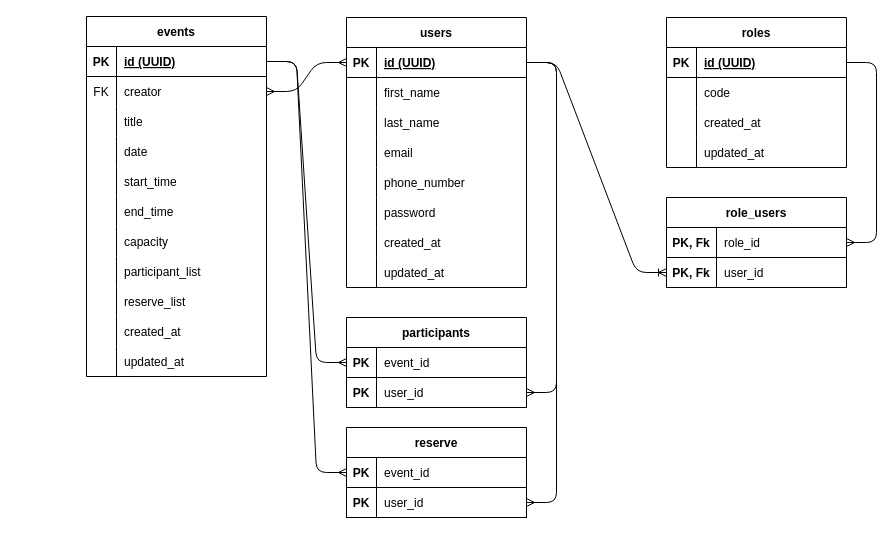
Grendior/PerfectApi keeps this draw.io diagram as database.schema.dio. Above is the earlier version. Source tidied: cells renumbered, new cells numbered last; positions are measured from the earlier drawing's top-left corner, leaving out a move shared by most shapes. Both pictures are drawn from the tidied source at 100%, with x=0, y=0 at pixel (86, 16).
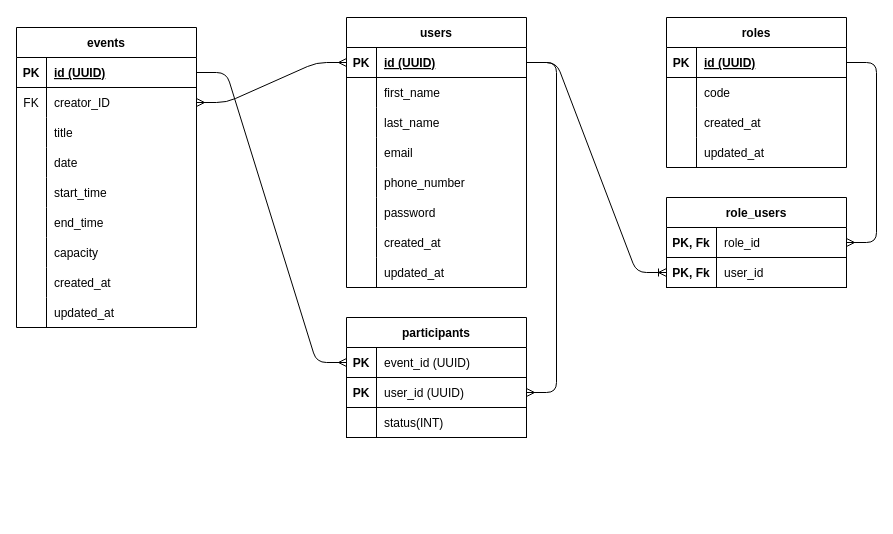
Above is the later version.

The change refers to these unchanged cells:
```xml
<mxCell id="3" style="shape=tableRow;horizontal=0;startSize=0;swimlaneHead=0;swimlaneBody=0;fillColor=none;points=[[0,0.5],[1,0.5]];portConstraint=eastwest;top=0;left=0;right=0;bottom=1;" parent="2" vertex="1">
  <mxGeometry y="30" width="180" height="30" as="geometry" />
</mxCell>
<mxCell id="41" style="shape=tableRow;horizontal=0;startSize=0;swimlaneHead=0;swimlaneBody=0;fillColor=none;points=[[0,0.5],[1,0.5]];portConstraint=eastwest;top=0;left=0;right=0;bottom=1;" parent="40" vertex="1">
  <mxGeometry y="30" width="180" height="30" as="geometry" />
</mxCell>
<mxCell id="44" style="shape=tableRow;horizontal=0;startSize=0;swimlaneHead=0;swimlaneBody=0;fillColor=none;points=[[0,0.5],[1,0.5]];portConstraint=eastwest;top=0;left=0;right=0;bottom=0;" parent="40" vertex="1">
  <mxGeometry y="60" width="180" height="30" as="geometry" />
</mxCell>
<mxCell id="85" style="shape=tableRow;horizontal=0;startSize=0;swimlaneHead=0;swimlaneBody=0;fillColor=none;points=[[0,0.5],[1,0.5]];portConstraint=eastwest;top=0;left=0;right=0;bottom=1;" parent="84" vertex="1">
  <mxGeometry y="30" width="180" height="30" as="geometry" />
</mxCell>
<mxCell id="88" style="shape=tableRow;horizontal=0;startSize=0;swimlaneHead=0;swimlaneBody=0;fillColor=none;points=[[0,0.5],[1,0.5]];portConstraint=eastwest;top=0;left=0;right=0;bottom=1;" parent="84" vertex="1">
  <mxGeometry y="60" width="180" height="30" as="geometry" />
</mxCell>
```

The edit, as a diff of the source:
```diff
@@
     <mxCell id="40" value="events" style="shape=table;startSize=30;childLayout=tableLayout;rowLines=0;fontStyle=1;align=center;" parent="1" vertex="1">
-      <mxGeometry width="180" height="360" as="geometry" />
+      <mxGeometry x="-70" y="11" width="180" height="300" as="geometry" />
     </mxCell>
@@
-    <mxCell id="46" value="creator" style="shape=partialRectangle;fillColor=none;top=0;left=0;bottom=0;right=0;align=left;spacingLeft=6;overflow=hidden;" parent="44" vertex="1">
+    <mxCell id="46" value="creator_ID" style="shape=partialRectangle;fillColor=none;top=0;left=0;bottom=0;right=0;align=left;spacingLeft=6;overflow=hidden;" parent="44" vertex="1">
       <mxGeometry x="30" width="150" height="30" as="geometry" />
     </mxCell>
@@
-    <mxCell id="62" style="shape=tableRow;horizontal=0;startSize=0;swimlaneHead=0;swimlaneBody=0;fillColor=none;top=0;left=0;right=0;bottom=0;" parent="40" vertex="1">
-      <mxGeometry y="240" width="180" height="30" as="geometry" />
-    </mxCell>
-    <mxCell id="63" style="shape=partialRectangle;fillColor=none;top=0;left=0;bottom=0;right=0;overflow=hidden;" parent="62" vertex="1">
-      <mxGeometry width="30" height="30" as="geometry" />
-    </mxCell>
-    <mxCell id="64" value="participant_list" style="shape=partialRectangle;fillColor=none;top=0;left=0;bottom=0;right=0;align=left;spacingLeft=6;overflow=hidden;" parent="62" vertex="1">
-      <mxGeometry x="30" width="150" height="30" as="geometry" />
-    </mxCell>
-    <mxCell id="65" style="shape=tableRow;horizontal=0;startSize=0;swimlaneHead=0;swimlaneBody=0;fillColor=none;top=0;left=0;right=0;bottom=0;" parent="40" vertex="1">
-      <mxGeometry y="270" width="180" height="30" as="geometry" />
-    </mxCell>
-    <mxCell id="66" style="shape=partialRectangle;fillColor=none;top=0;left=0;bottom=0;right=0;overflow=hidden;" parent="65" vertex="1">
-      <mxGeometry width="30" height="30" as="geometry" />
-    </mxCell>
-    <mxCell id="67" value="reserve_list" style="shape=partialRectangle;fillColor=none;top=0;left=0;bottom=0;right=0;align=left;spacingLeft=6;overflow=hidden;" parent="65" vertex="1">
-      <mxGeometry x="30" width="150" height="30" as="geometry" />
-    </mxCell>
     <mxCell id="68" style="shape=tableRow;horizontal=0;startSize=0;swimlaneHead=0;swimlaneBody=0;fillColor=none;top=0;left=0;right=0;bottom=0;" parent="40" vertex="1">
-      <mxGeometry y="300" width="180" height="30" as="geometry" />
+      <mxGeometry y="240" width="180" height="30" as="geometry" />
     </mxCell>
@@
     <mxCell id="71" style="shape=tableRow;horizontal=0;startSize=0;swimlaneHead=0;swimlaneBody=0;fillColor=none;top=0;left=0;right=0;bottom=0;" parent="40" vertex="1">
-      <mxGeometry y="330" width="180" height="30" as="geometry" />
+      <mxGeometry y="270" width="180" height="30" as="geometry" />
     </mxCell>
@@
     <mxCell id="84" value="participants" style="shape=table;startSize=30;childLayout=tableLayout;rowLines=0;fontStyle=1;align=center;" parent="1" vertex="1">
-      <mxGeometry x="260" y="301" width="180" height="90" as="geometry" />
+      <mxGeometry x="260" y="301" width="180" height="120" as="geometry" />
     </mxCell>
@@
-    <mxCell id="87" value="event_id" style="shape=partialRectangle;fillColor=none;top=0;left=0;bottom=0;right=0;align=left;spacingLeft=6;fontStyle=0;overflow=hidden;" parent="85" vertex="1">
+    <mxCell id="87" value="event_id (UUID)" style="shape=partialRectangle;fillColor=none;top=0;left=0;bottom=0;right=0;align=left;spacingLeft=6;fontStyle=0;overflow=hidden;" parent="85" vertex="1">
       <mxGeometry x="30" width="150" height="30" as="geometry" />
     </mxCell>
@@
-    <mxCell id="90" value="user_id" style="shape=partialRectangle;fillColor=none;top=0;left=0;bottom=0;right=0;align=left;spacingLeft=6;fontStyle=0;overflow=hidden;" parent="88" vertex="1">
+    <mxCell id="90" value="user_id (UUID)" style="shape=partialRectangle;fillColor=none;top=0;left=0;bottom=0;right=0;align=left;spacingLeft=6;fontStyle=0;overflow=hidden;" parent="88" vertex="1">
       <mxGeometry x="30" width="150" height="30" as="geometry" />
     </mxCell>
+    <mxCell id="101" style="shape=tableRow;horizontal=0;startSize=0;swimlaneHead=0;swimlaneBody=0;fillColor=none;top=0;left=0;right=0;bottom=1;" parent="84" vertex="1">
+      <mxGeometry y="90" width="180" height="30" as="geometry" />
+    </mxCell>
+    <mxCell id="102" style="shape=partialRectangle;fillColor=none;top=0;left=0;bottom=0;right=0;fontStyle=1;overflow=hidden;" parent="101" vertex="1">
+      <mxGeometry width="30" height="30" as="geometry" />
+    </mxCell>
+    <mxCell id="103" value="status(INT)" style="shape=partialRectangle;fillColor=none;top=0;left=0;bottom=0;right=0;align=left;spacingLeft=6;fontStyle=0;overflow=hidden;" parent="101" vertex="1">
+      <mxGeometry x="30" width="150" height="30" as="geometry" />
+    </mxCell>
@@
-    <mxCell id="93" value="reserve" style="shape=table;startSize=30;childLayout=tableLayout;rowLines=0;fontStyle=1;align=center;" parent="1" vertex="1">
-      <mxGeometry x="260" y="411" width="180" height="90" as="geometry" />
-    </mxCell>
-    <mxCell id="94" style="shape=tableRow;horizontal=0;startSize=0;swimlaneHead=0;swimlaneBody=0;fillColor=none;points=[[0,0.5],[1,0.5]];portConstraint=eastwest;top=0;left=0;right=0;bottom=1;" parent="93" vertex="1">
-      <mxGeometry y="30" width="180" height="30" as="geometry" />
-    </mxCell>
-    <mxCell id="95" value="PK" style="shape=partialRectangle;fillColor=none;top=0;left=0;bottom=0;right=0;fontStyle=1;overflow=hidden;" parent="94" vertex="1">
-      <mxGeometry width="30" height="30" as="geometry" />
-    </mxCell>
-    <mxCell id="96" value="event_id" style="shape=partialRectangle;fillColor=none;top=0;left=0;bottom=0;right=0;align=left;spacingLeft=6;fontStyle=0;overflow=hidden;" parent="94" vertex="1">
-      <mxGeometry x="30" width="150" height="30" as="geometry" />
-    </mxCell>
-    <mxCell id="97" style="shape=tableRow;horizontal=0;startSize=0;swimlaneHead=0;swimlaneBody=0;fillColor=none;points=[[0,0.5],[1,0.5]];portConstraint=eastwest;top=0;left=0;right=0;bottom=1;" parent="93" vertex="1">
-      <mxGeometry y="60" width="180" height="30" as="geometry" />
-    </mxCell>
-    <mxCell id="98" value="PK" style="shape=partialRectangle;fillColor=none;top=0;left=0;bottom=0;right=0;fontStyle=1;overflow=hidden;" parent="97" vertex="1">
-      <mxGeometry width="30" height="30" as="geometry" />
-    </mxCell>
-    <mxCell id="99" value="user_id" style="shape=partialRectangle;fillColor=none;top=0;left=0;bottom=0;right=0;align=left;spacingLeft=6;fontStyle=0;overflow=hidden;" parent="97" vertex="1">
-      <mxGeometry x="30" width="150" height="30" as="geometry" />
-    </mxCell>
-    <mxCell id="100" style="edgeStyle=entityRelationEdgeStyle;fontSize=12;html=1;endArrow=ERmany;exitX=1;exitY=0.5;exitDx=0;exitDy=0;entryX=1;entryY=0.5;entryDx=0;entryDy=0;" parent="1" edge="1" source="3" target="97">
-      <mxGeometry relative="1" as="geometry" />
-    </mxCell>
-    <mxCell id="101" style="edgeStyle=entityRelationEdgeStyle;fontSize=12;html=1;endArrow=ERmany;exitX=1;exitY=0.5;exitDx=0;exitDy=0;entryX=0;entryY=0.5;entryDx=0;entryDy=0;" parent="1" edge="1" source="41" target="94">
-      <mxGeometry relative="1" as="geometry" />
-    </mxCell>
```
